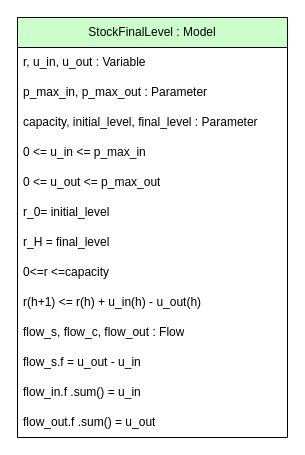
This is models-design/model_library/stock_final_level.drawio from AntaresSimulatorTeam/andromede-modeling-prototype, a draw.io file, before an edit. Source tidied: cells renumbered, new cells numbered last; positions are measured from the earlier drawing's top-left corner, leaving out a move shared by most shapes. Both pictures are drawn from the tidied source at 100%, with x=0, y=0 at pixel (17, 17).
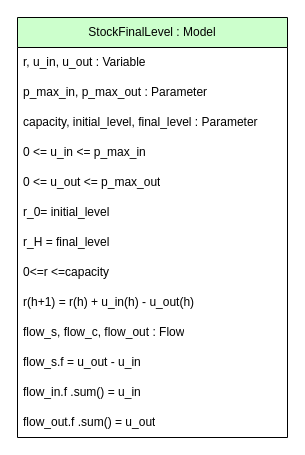
The same page after the edit.

Commit message (it also covers changes not shown here):
Corrections and add optimization problems in stock systems

The edit, as a diff of the source:
```diff
@@
 <mxGraphModel>
   <root>
     <mxCell id="0" />
     <mxCell id="1" parent="0" />
     <mxCell id="2" value="StockFinalLevel : Model" style="swimlane;fontStyle=0;horizontal=1;startSize=30;whiteSpace=wrap;html=1;fillColor=#CCFFCC;fontColor=#000000;" parent="1" vertex="1">
       <mxGeometry width="270" height="420" as="geometry" />
     </mxCell>
     <mxCell id="3" value="r, u_in, u_out : Variable" style="text;strokeColor=none;fillColor=none;align=left;verticalAlign=middle;spacingLeft=4;spacingRight=4;overflow=hidden;whiteSpace=wrap;html=1;" parent="2" vertex="1">
       <mxGeometry y="30" width="270" height="30" as="geometry" />
     </mxCell>
     <mxCell id="4" value="p_max_in, p_max_out : Parameter" style="text;strokeColor=none;fillColor=none;align=left;verticalAlign=middle;spacingLeft=4;spacingRight=4;overflow=hidden;whiteSpace=wrap;html=1;" parent="2" vertex="1">
       <mxGeometry y="60" width="270" height="30" as="geometry" />
     </mxCell>
     <mxCell id="5" value="capacity, initial_level, final_level : Parameter" style="text;strokeColor=none;fillColor=none;align=left;verticalAlign=middle;spacingLeft=4;spacingRight=4;overflow=hidden;whiteSpace=wrap;html=1;" parent="2" vertex="1">
       <mxGeometry y="90" width="270" height="30" as="geometry" />
     </mxCell>
     <mxCell id="6" value="0 &amp;lt;= u_in &amp;lt;= p_max_in" style="text;strokeColor=none;fillColor=none;align=left;verticalAlign=middle;spacingLeft=4;spacingRight=4;overflow=hidden;whiteSpace=wrap;html=1;" parent="2" vertex="1">
       <mxGeometry y="120" width="270" height="30" as="geometry" />
     </mxCell>
     <mxCell id="7" value="0 &amp;lt;= u_out &amp;lt;= p_max_out" style="text;strokeColor=none;fillColor=none;align=left;verticalAlign=middle;spacingLeft=4;spacingRight=4;overflow=hidden;whiteSpace=wrap;html=1;" parent="2" vertex="1">
       <mxGeometry y="150" width="270" height="30" as="geometry" />
     </mxCell>
     <mxCell id="8" value="r_0= initial_level" style="text;strokeColor=none;fillColor=none;align=left;verticalAlign=middle;spacingLeft=4;spacingRight=4;overflow=hidden;whiteSpace=wrap;html=1;" parent="2" vertex="1">
       <mxGeometry y="180" width="270" height="30" as="geometry" />
     </mxCell>
     <mxCell id="9" value="r_H = final_level" style="text;strokeColor=none;fillColor=none;align=left;verticalAlign=middle;spacingLeft=4;spacingRight=4;overflow=hidden;whiteSpace=wrap;html=1;" parent="2" vertex="1">
       <mxGeometry y="210" width="270" height="30" as="geometry" />
     </mxCell>
     <mxCell id="10" value="0&amp;lt;=r &amp;lt;=capacity" style="text;strokeColor=none;fillColor=none;align=left;verticalAlign=middle;spacingLeft=4;spacingRight=4;overflow=hidden;whiteSpace=wrap;html=1;" parent="2" vertex="1">
       <mxGeometry y="240" width="270" height="30" as="geometry" />
     </mxCell>
-    <mxCell id="11" value="r(h+1) &amp;lt;= r(h) + u_in(h) - u_out(h)" style="text;strokeColor=none;fillColor=none;align=left;verticalAlign=middle;spacingLeft=4;spacingRight=4;overflow=hidden;whiteSpace=wrap;html=1;" parent="2" vertex="1">
+    <mxCell id="11" value="r(h+1) = r(h) + u_in(h) - u_out(h)" style="text;strokeColor=none;fillColor=none;align=left;verticalAlign=middle;spacingLeft=4;spacingRight=4;overflow=hidden;whiteSpace=wrap;html=1;" parent="2" vertex="1">
       <mxGeometry y="270" width="270" height="30" as="geometry" />
     </mxCell>
     <mxCell id="12" value="flow_s, flow_c, flow_out : Flow" style="text;strokeColor=none;fillColor=none;align=left;verticalAlign=middle;spacingLeft=4;spacingRight=4;overflow=hidden;whiteSpace=wrap;html=1;" parent="2" vertex="1">
       <mxGeometry y="300" width="270" height="30" as="geometry" />
     </mxCell>
     <mxCell id="13" value="flow_s.f = u_out - u_in" style="text;strokeColor=none;fillColor=none;align=left;verticalAlign=middle;spacingLeft=4;spacingRight=4;overflow=hidden;whiteSpace=wrap;html=1;" parent="2" vertex="1">
       <mxGeometry y="330" width="270" height="30" as="geometry" />
     </mxCell>
     <mxCell id="14" value="flow_in.f .sum() = u_in" style="text;strokeColor=none;fillColor=none;align=left;verticalAlign=middle;spacingLeft=4;spacingRight=4;overflow=hidden;whiteSpace=wrap;html=1;" parent="2" vertex="1">
       <mxGeometry y="360" width="270" height="30" as="geometry" />
     </mxCell>
     <mxCell id="15" value="flow_out.f .sum() = u_out" style="text;strokeColor=none;fillColor=none;align=left;verticalAlign=middle;spacingLeft=4;spacingRight=4;overflow=hidden;whiteSpace=wrap;html=1;" parent="2" vertex="1">
       <mxGeometry y="390" width="270" height="30" as="geometry" />
     </mxCell>
   </root>
 </mxGraphModel>
```
